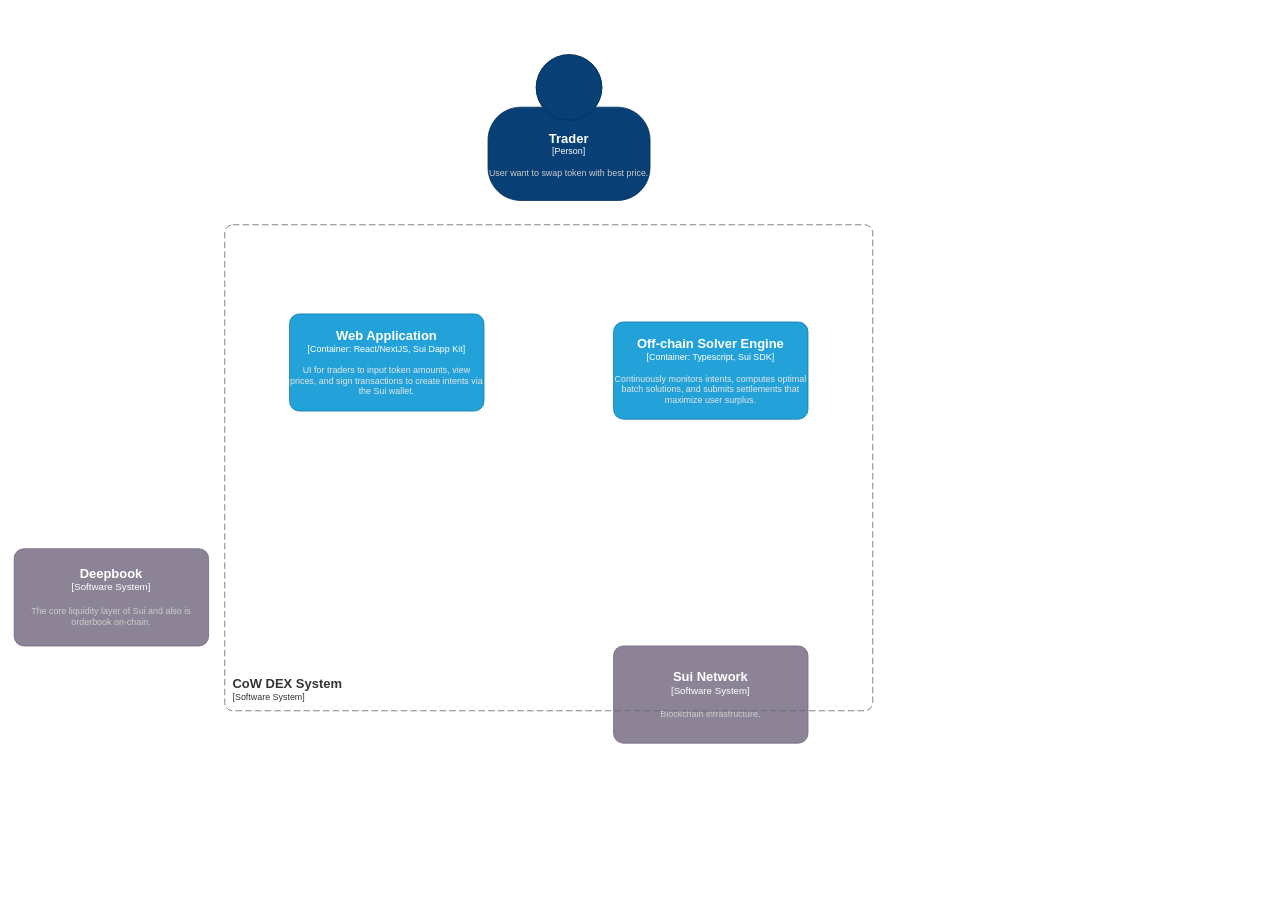
This is assets/cow-dex-high-level-architecture-v1.drawio from HoangDucBach/uet-thesis-2026, a draw.io file, before an edit. Source tidied: cells renumbered, new cells numbered last; positions are measured from the earlier drawing's top-left corner, leaving out a move shared by most shapes. Both pictures are drawn from the tidied source at 81%, with x=0, y=0 at pixel (14, 54).
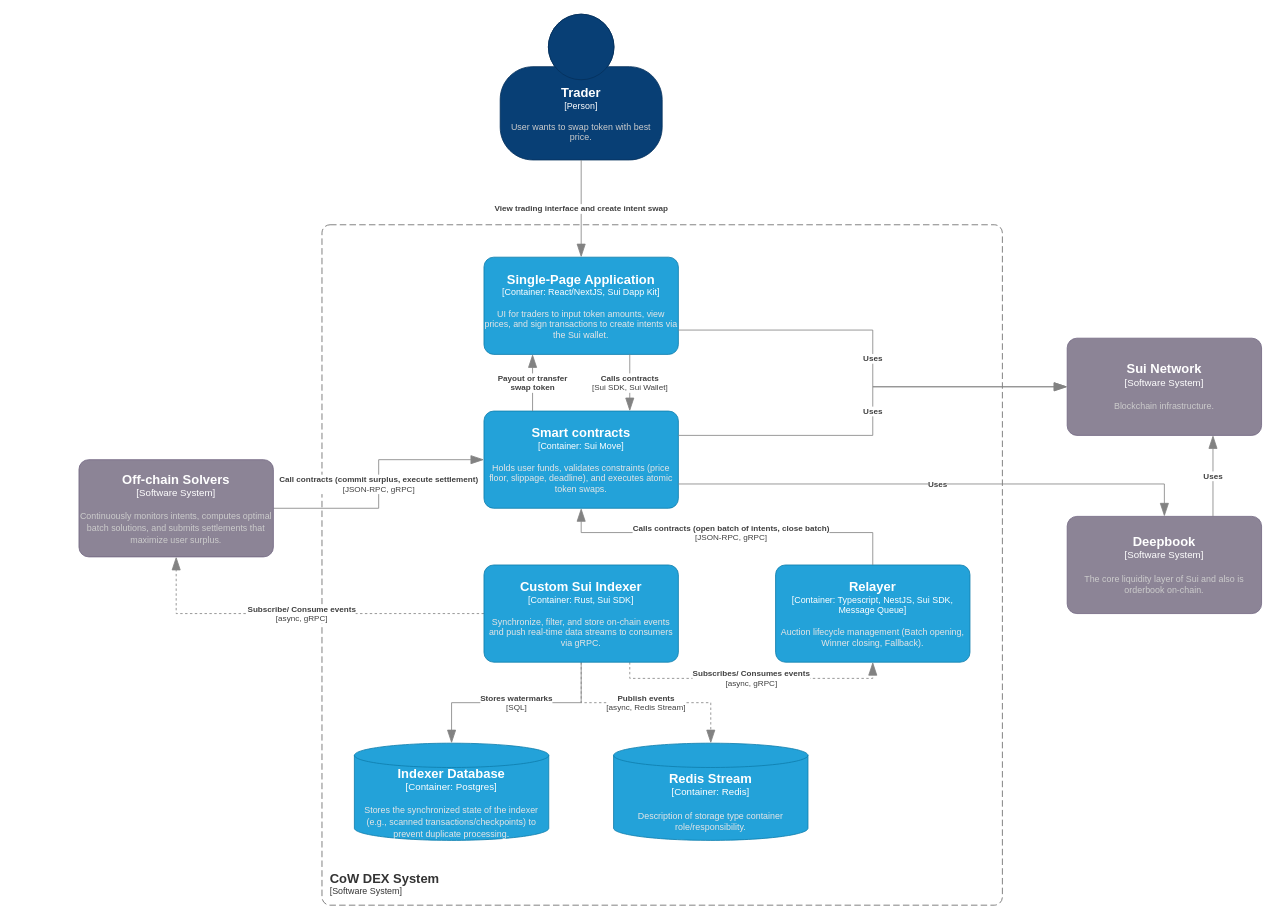
After the change.

What changed in the source:
```diff
@@
-    <object id="2" label="&lt;font style=&quot;font-size: 16px&quot;&gt;&lt;b&gt;%c4Name%&lt;/b&gt;&lt;/font&gt;&lt;div&gt;[%c4Type%]&lt;/div&gt;&lt;br&gt;&lt;div&gt;&lt;font style=&quot;font-size: 11px&quot;&gt;&lt;font color=&quot;#cccccc&quot;&gt;%c4Description%&lt;/font&gt;&lt;/div&gt;" c4Description="User want to swap token with best price." c4Name="Trader" c4Type="Person" placeholders="1">
+    <object id="2" label="&lt;font style=&quot;font-size: 16px&quot;&gt;&lt;b&gt;%c4Name%&lt;/b&gt;&lt;/font&gt;&lt;div&gt;[%c4Type%]&lt;/div&gt;&lt;br&gt;&lt;div&gt;&lt;font style=&quot;font-size: 11px&quot;&gt;&lt;font color=&quot;#cccccc&quot;&gt;%c4Description%&lt;/font&gt;&lt;/div&gt;" c4Description="User wants to swap token with best price." c4Name="Trader" c4Type="Person" placeholders="1">
       <mxCell style="html=1;fontSize=11;dashed=0;whiteSpace=wrap;fillColor=#083F75;strokeColor=#06315C;fontColor=#ffffff;shape=mxgraph.c4.person2;align=center;points=[[0.5,0,0],[1,0.5,0],[1,0.75,0],[0.75,1,0],[0.5,1,0],[0.25,1,0],[0,0.75,0],[0,0.5,0]];" parent="1" vertex="1">
-        <mxGeometry x="585" width="200" height="180" as="geometry" />
+        <mxGeometry x="600" y="-50" width="200" height="180" as="geometry" />
       </mxCell>
     </object>
     <object id="3" label="&lt;font style=&quot;font-size: 16px&quot;&gt;&lt;b&gt;%c4Name%&lt;/b&gt;&lt;/font&gt;&lt;div&gt;[%c4Type%]&lt;/div&gt;&lt;br&gt;&lt;div&gt;&lt;font style=&quot;font-size: 11px&quot;&gt;&lt;font color=&quot;#cccccc&quot;&gt;%c4Description%&lt;/font&gt;&lt;/div&gt;" c4Description="The core liquidity layer of Sui and also is orderbook on-chain." c4Name="Deepbook" c4Type="Software System" placeholders="1">
       <mxCell style="rounded=1;whiteSpace=wrap;html=1;labelBackgroundColor=none;fillColor=#8C8496;fontColor=#ffffff;align=center;arcSize=10;strokeColor=#736782;points=[[0.25,0,0],[0.5,0,0],[0.75,0,0],[1,0.25,0],[1,0.5,0],[1,0.75,0],[0.75,1,0],[0.5,1,0],[0.25,1,0],[0,0.75,0],[0,0.5,0],[0,0.25,0]];" parent="1" vertex="1">
-        <mxGeometry y="610" width="240" height="120" as="geometry" />
+        <mxGeometry x="1300" y="570" width="240" height="120" as="geometry" />
       </mxCell>
     </object>
     <object id="4" label="&lt;font style=&quot;font-size: 16px&quot;&gt;&lt;b&gt;%c4Name%&lt;/b&gt;&lt;/font&gt;&lt;div&gt;[%c4Type%]&lt;/div&gt;&lt;br&gt;&lt;div&gt;&lt;font style=&quot;font-size: 11px&quot;&gt;&lt;font color=&quot;#cccccc&quot;&gt;%c4Description%&lt;/font&gt;&lt;/div&gt;" c4Description="Blockchain infrastructure." c4Name="Sui Network" c4Type="Software System" placeholders="1">
       <mxCell style="rounded=1;whiteSpace=wrap;html=1;labelBackgroundColor=none;fillColor=#8C8496;fontColor=#ffffff;align=center;arcSize=10;strokeColor=#736782;points=[[0.25,0,0],[0.5,0,0],[0.75,0,0],[1,0.25,0],[1,0.5,0],[1,0.75,0],[0.75,1,0],[0.5,1,0],[0.25,1,0],[0,0.75,0],[0,0.5,0],[0,0.25,0]];" parent="1" vertex="1">
-        <mxGeometry x="740" y="730" width="240" height="120" as="geometry" />
+        <mxGeometry x="1300" y="350" width="240" height="120" as="geometry" />
       </mxCell>
     </object>
     <object id="5" label="&lt;font style=&quot;font-size: 16px&quot;&gt;&lt;b&gt;&lt;div style=&quot;text-align: left&quot;&gt;%c4Name%&lt;/div&gt;&lt;/b&gt;&lt;/font&gt;&lt;div style=&quot;text-align: left&quot;&gt;[%c4Application%]&lt;/div&gt;" c4Application="Software System" c4Name="CoW DEX System" placeholders="1">
       <mxCell style="rounded=1;fontSize=11;whiteSpace=wrap;html=1;dashed=1;arcSize=20;fillColor=none;strokeColor=#666666;fontColor=#333333;labelBackgroundColor=none;align=left;verticalAlign=bottom;labelBorderColor=none;spacingTop=0;spacing=10;dashPattern=8 4;perimeter=rectanglePerimeter;noLabel=0;labelPadding=0;absoluteArcSize=1;" parent="1" vertex="1">
-        <mxGeometry x="260" y="210" width="800" height="600" as="geometry" />
+        <mxGeometry x="380" y="210" width="840" height="840" as="geometry" />
       </mxCell>
     </object>
-    <object id="6" label="&lt;font style=&quot;font-size: 16px&quot;&gt;&lt;b&gt;%c4Name%&lt;/b&gt;&lt;/font&gt;&lt;div&gt;[%c4Type%: %c4Technology%]&lt;/div&gt;&lt;br&gt;&lt;div&gt;&lt;font style=&quot;font-size: 11px&quot;&gt;&lt;font color=&quot;#E6E6E6&quot;&gt;%c4Description%&lt;/font&gt;&lt;/div&gt;" c4Description="UI for traders to input token amounts, view prices, and sign transactions to create intents via the Sui wallet." c4Name="Web Application" c4Technology="React/NextJS, Sui Dapp Kit" c4Type="Container" placeholders="1">
+    <object id="6" label="&lt;font style=&quot;font-size: 16px&quot;&gt;&lt;b&gt;%c4Name%&lt;/b&gt;&lt;/font&gt;&lt;div&gt;[%c4Type%: %c4Technology%]&lt;/div&gt;&lt;br&gt;&lt;div&gt;&lt;font style=&quot;font-size: 11px&quot;&gt;&lt;font color=&quot;#E6E6E6&quot;&gt;%c4Description%&lt;/font&gt;&lt;/div&gt;" c4Description="UI for traders to input token amounts, view prices, and sign transactions to create intents via the Sui wallet." c4Name="Single-Page Application" c4Technology="React/NextJS, Sui Dapp Kit" c4Type="Container" placeholders="1">
       <mxCell style="rounded=1;whiteSpace=wrap;html=1;fontSize=11;labelBackgroundColor=none;fillColor=#23A2D9;fontColor=#ffffff;align=center;arcSize=10;strokeColor=#0E7DAD;points=[[0.25,0,0],[0.5,0,0],[0.75,0,0],[1,0.25,0],[1,0.5,0],[1,0.75,0],[0.75,1,0],[0.5,1,0],[0.25,1,0],[0,0.75,0],[0,0.5,0],[0,0.25,0]];" parent="1" vertex="1">
-        <mxGeometry x="340" y="320" width="240" height="120" as="geometry" />
+        <mxGeometry x="580" y="250" width="240" height="120" as="geometry" />
       </mxCell>
     </object>
-    <object id="7" label="&lt;font style=&quot;font-size: 16px&quot;&gt;&lt;b&gt;%c4Name%&lt;/b&gt;&lt;/font&gt;&lt;div&gt;[%c4Type%: %c4Technology%]&lt;/div&gt;&lt;br&gt;&lt;div&gt;&lt;font style=&quot;font-size: 11px&quot;&gt;&lt;font color=&quot;#E6E6E6&quot;&gt;%c4Description%&lt;/font&gt;&lt;/div&gt;" c4Description="Continuously monitors intents, computes optimal batch solutions, and submits settlements that maximize user surplus." c4Name="Off-chain Solver Engine" c4Technology="Typescript, Sui SDK" c4Type="Container" placeholders="1">
-      <mxCell style="rounded=1;whiteSpace=wrap;html=1;fontSize=11;labelBackgroundColor=none;fillColor=#23A2D9;fontColor=#ffffff;align=center;arcSize=10;strokeColor=#0E7DAD;" parent="1" vertex="1">
-        <mxGeometry x="740" y="330" width="240" height="120" as="geometry" />
-      </mxCell>
-    </object>
+    <object id="8" label="&lt;font style=&quot;font-size: 16px&quot;&gt;&lt;b&gt;%c4Name%&lt;/b&gt;&lt;/font&gt;&lt;div&gt;[%c4Type%: %c4Technology%]&lt;/div&gt;&lt;br&gt;&lt;div&gt;&lt;font style=&quot;font-size: 11px&quot;&gt;&lt;font color=&quot;#E6E6E6&quot;&gt;%c4Description%&lt;/font&gt;&lt;/div&gt;" c4Description="Holds user funds, validates constraints (price floor, slippage, deadline), and executes atomic token swaps." c4Name="Smart contracts" c4Technology="Sui Move" c4Type="Container" placeholders="1">
+      <mxCell style="rounded=1;whiteSpace=wrap;html=1;fontSize=11;labelBackgroundColor=none;fillColor=#23A2D9;fontColor=#ffffff;align=center;arcSize=10;strokeColor=#0E7DAD;points=[[0.25,0,0],[0.5,0,0],[0.75,0,0],[1,0.25,0],[1,0.5,0],[1,0.75,0],[0.75,1,0],[0.5,1,0],[0.25,1,0],[0,0.75,0],[0,0.5,0],[0,0.25,0]];" parent="1" vertex="1">
+        <mxGeometry x="580" y="440" width="240" height="120" as="geometry" />
+      </mxCell>
+    </object>
+    <object id="9" label="&lt;font style=&quot;font-size: 16px&quot;&gt;&lt;b&gt;%c4Name%&lt;/b&gt;&lt;/font&gt;&lt;div&gt;[%c4Type%: %c4Technology%]&lt;/div&gt;&lt;br&gt;&lt;div&gt;&lt;font style=&quot;font-size: 11px&quot;&gt;&lt;font color=&quot;#E6E6E6&quot;&gt;%c4Description%&lt;/font&gt;&lt;/div&gt;" c4Description="Auction lifecycle management (Batch opening, Winner closing, Fallback)." c4Name="Relayer" c4Technology="Typescript, NestJS, Sui SDK, Message Queue" c4Type="Container" placeholders="1">
+      <mxCell style="rounded=1;whiteSpace=wrap;html=1;fontSize=11;labelBackgroundColor=none;fillColor=#23A2D9;fontColor=#ffffff;align=center;arcSize=10;strokeColor=#0E7DAD;points=[[0.25,0,0],[0.5,0,0],[0.75,0,0],[1,0.25,0],[1,0.5,0],[1,0.75,0],[0.75,1,0],[0.5,1,0],[0.25,1,0],[0,0.75,0],[0,0.5,0],[0,0.25,0]];" parent="1" vertex="1">
+        <mxGeometry x="940" y="630" width="240" height="120" as="geometry" />
+      </mxCell>
+    </object>
+    <object id="10" label="&lt;font style=&quot;font-size: 16px&quot;&gt;&lt;b&gt;%c4Name%&lt;/b&gt;&lt;/font&gt;&lt;div&gt;[%c4Type%:&amp;nbsp;%c4Technology%]&lt;/div&gt;&lt;br&gt;&lt;div&gt;&lt;font style=&quot;font-size: 11px&quot;&gt;&lt;font color=&quot;#E6E6E6&quot;&gt;%c4Description%&lt;/font&gt;&lt;/div&gt;" c4Description="Stores the synchronized state of the indexer (e.g., scanned transactions/checkpoints) to prevent duplicate processing." c4Name="Indexer Database" c4Technology="Postgres" c4Type="Container" placeholders="1">
+      <mxCell style="shape=cylinder3;size=15;whiteSpace=wrap;html=1;boundedLbl=1;rounded=0;labelBackgroundColor=none;fillColor=#23A2D9;fontSize=12;fontColor=#ffffff;align=center;strokeColor=#0E7DAD;points=[[0.5,0,0],[1,0.25,0],[1,0.5,0],[1,0.75,0],[0.5,1,0],[0,0.75,0],[0,0.5,0],[0,0.25,0]];" parent="1" vertex="1">
+        <mxGeometry x="420" y="850" width="240" height="120" as="geometry" />
+      </mxCell>
+    </object>
+    <object id="11" label="&lt;font style=&quot;font-size: 16px&quot;&gt;&lt;b&gt;%c4Name%&lt;/b&gt;&lt;/font&gt;&lt;div&gt;[%c4Type%:&amp;nbsp;%c4Technology%]&lt;/div&gt;&lt;br&gt;&lt;div&gt;&lt;font style=&quot;font-size: 11px&quot;&gt;&lt;font color=&quot;#E6E6E6&quot;&gt;%c4Description%&lt;/font&gt;&lt;/div&gt;" c4Description="Description of storage type container role/responsibility." c4Name="Redis Stream" c4Technology="Redis" c4Type="Container" placeholders="1">
+      <mxCell style="shape=cylinder3;size=15;whiteSpace=wrap;html=1;boundedLbl=1;rounded=0;labelBackgroundColor=none;fillColor=#23A2D9;fontSize=12;fontColor=#ffffff;align=center;strokeColor=#0E7DAD;points=[[0.5,0,0],[1,0.25,0],[1,0.5,0],[1,0.75,0],[0.5,1,0],[0,0.75,0],[0,0.5,0],[0,0.25,0]];" parent="1" vertex="1">
+        <mxGeometry x="740" y="850" width="240" height="120" as="geometry" />
+      </mxCell>
+    </object>
+    <object id="12" label="&lt;div style=&quot;text-align: left&quot;&gt;&lt;div style=&quot;text-align: center&quot;&gt;&lt;b&gt;%c4Description%&lt;/b&gt;&lt;/div&gt;" c4Description="View trading interface and create intent swap" placeholders="1">
+      <mxCell style="endArrow=blockThin;html=1;fontSize=10;fontColor=#404040;strokeWidth=1;endFill=1;strokeColor=#828282;elbow=vertical;endSize=14;startSize=14;jumpStyle=arc;jumpSize=16;rounded=0;edgeStyle=orthogonalEdgeStyle;exitX=0.5;exitY=1;exitDx=0;exitDy=0;exitPerimeter=0;" parent="1" edge="1" source="2" target="6">
+        <mxGeometry relative="1" as="geometry" />
+      </mxCell>
+    </object>
+    <object id="13" label="&lt;div style=&quot;text-align: left&quot;&gt;&lt;div style=&quot;text-align: center&quot;&gt;&lt;b&gt;%c4Description%&lt;/b&gt;&lt;/div&gt;&lt;div style=&quot;text-align: center&quot;&gt;[%c4Technology%]&lt;/div&gt;&lt;/div&gt;" c4Description="Calls contracts (open batch of intents, close batch)" c4Technology="JSON-RPC, gRPC" placeholders="1">
+      <mxCell style="endArrow=blockThin;html=1;fontSize=10;fontColor=#404040;strokeWidth=1;endFill=1;strokeColor=#828282;elbow=vertical;endSize=14;startSize=14;jumpStyle=arc;jumpSize=16;rounded=0;edgeStyle=orthogonalEdgeStyle;exitX=0.5;exitY=0;exitDx=0;exitDy=0;exitPerimeter=0;entryX=0.5;entryY=1;entryDx=0;entryDy=0;entryPerimeter=0;" parent="1" edge="1" source="9" target="8">
+        <mxGeometry relative="1" as="geometry">
+          <Array as="points">
+            <mxPoint x="1060" y="590" />
+            <mxPoint x="700" y="590" />
+          </Array>
+        </mxGeometry>
+      </mxCell>
+    </object>
+    <object id="14" label="&lt;div style=&quot;text-align: left&quot;&gt;&lt;div style=&quot;text-align: center&quot;&gt;&lt;b&gt;%c4Description%&lt;/b&gt;&lt;/div&gt;&lt;div style=&quot;text-align: center&quot;&gt;[%c4Technology%]&lt;/div&gt;&lt;/div&gt;" c4Description="Call contracts (commit surplus, execute settlement)" c4Technology="JSON-RPC, gRPC" placeholders="1">
+      <mxCell style="endArrow=blockThin;html=1;fontSize=10;fontColor=#404040;strokeWidth=1;endFill=1;strokeColor=#828282;elbow=vertical;endSize=14;startSize=14;jumpStyle=arc;jumpSize=16;rounded=0;edgeStyle=orthogonalEdgeStyle;entryX=0;entryY=0.5;entryDx=0;entryDy=0;entryPerimeter=0;exitX=1;exitY=0.5;exitDx=0;exitDy=0;exitPerimeter=0;" parent="1" edge="1" source="21" target="8">
+        <mxGeometry relative="1" as="geometry" />
+      </mxCell>
+    </object>
+    <object id="15" label="&lt;div style=&quot;text-align: left&quot;&gt;&lt;div style=&quot;text-align: center&quot;&gt;&lt;b&gt;%c4Description%&lt;/b&gt;&lt;/div&gt;&lt;div style=&quot;text-align: center&quot;&gt;[%c4Technology%]&lt;/div&gt;&lt;/div&gt;" c4Description="Stores watermarks" c4Technology="SQL" placeholders="1">
+      <mxCell style="endArrow=blockThin;html=1;fontSize=10;fontColor=#404040;strokeWidth=1;endFill=1;strokeColor=#828282;elbow=vertical;endSize=14;startSize=14;jumpStyle=arc;jumpSize=16;rounded=0;edgeStyle=orthogonalEdgeStyle;exitX=0.5;exitY=1;exitDx=0;exitDy=0;exitPerimeter=0;" parent="1" edge="1" source="20" target="10">
+        <mxGeometry relative="1" as="geometry" />
+      </mxCell>
+    </object>
+    <object id="16" label="&lt;div style=&quot;text-align: left&quot;&gt;&lt;div style=&quot;text-align: center&quot;&gt;&lt;b&gt;%c4Description%&lt;/b&gt;&lt;/div&gt;&lt;div style=&quot;text-align: center&quot;&gt;[%c4Technology%]&lt;/div&gt;&lt;/div&gt;" c4Description="Publish events" c4Technology="async, Redis Stream" placeholders="1">
+      <mxCell style="endArrow=blockThin;html=1;fontSize=10;fontColor=#404040;strokeWidth=1;endFill=1;strokeColor=#828282;elbow=vertical;endSize=14;startSize=14;jumpStyle=arc;jumpSize=16;rounded=0;edgeStyle=orthogonalEdgeStyle;dashed=1;exitX=0.5;exitY=1;exitDx=0;exitDy=0;exitPerimeter=0;entryX=0.5;entryY=0;entryDx=0;entryDy=0;entryPerimeter=0;" parent="1" edge="1" source="20" target="11">
+        <mxGeometry relative="1" as="geometry" />
+      </mxCell>
+    </object>
+    <object id="17" label="&lt;div style=&quot;text-align: left&quot;&gt;&lt;div style=&quot;text-align: center&quot;&gt;&lt;b&gt;%c4Description%&lt;/b&gt;&lt;/div&gt;&lt;div style=&quot;text-align: center&quot;&gt;[%c4Technology%]&lt;/div&gt;&lt;/div&gt;" c4Description="Calls contracts" c4Technology="Sui SDK, Sui Wallet" placeholders="1">
+      <mxCell style="endArrow=blockThin;html=1;fontSize=10;fontColor=#404040;strokeWidth=1;endFill=1;strokeColor=#828282;elbow=vertical;endSize=14;startSize=14;jumpStyle=arc;jumpSize=16;rounded=0;edgeStyle=orthogonalEdgeStyle;exitX=0.75;exitY=1;exitDx=0;exitDy=0;exitPerimeter=0;entryX=0.75;entryY=0;entryDx=0;entryDy=0;entryPerimeter=0;" parent="1" edge="1" source="6" target="8">
+        <mxGeometry relative="1" as="geometry" />
+      </mxCell>
+    </object>
+    <object id="18" label="&lt;div style=&quot;text-align: left&quot;&gt;&lt;div style=&quot;text-align: center&quot;&gt;&lt;b&gt;%c4Description%&lt;/b&gt;&lt;/div&gt;&lt;div style=&quot;text-align: center&quot;&gt;[%c4Technology%]&lt;/div&gt;&lt;/div&gt;" c4Description="Subscribes/ Consumes events" c4Technology="async, gRPC" placeholders="1">
+      <mxCell style="endArrow=blockThin;html=1;fontSize=10;fontColor=#404040;strokeWidth=1;endFill=1;strokeColor=#828282;elbow=vertical;endSize=14;startSize=14;jumpStyle=arc;jumpSize=16;rounded=0;edgeStyle=orthogonalEdgeStyle;dashed=1;exitX=0.75;exitY=1;exitDx=0;exitDy=0;exitPerimeter=0;entryX=0.5;entryY=1;entryDx=0;entryDy=0;entryPerimeter=0;" parent="1" edge="1" source="20" target="9">
+        <mxGeometry relative="1" as="geometry">
+          <Array as="points">
+            <mxPoint x="760" y="770" />
+            <mxPoint x="1060" y="770" />
+          </Array>
+        </mxGeometry>
+      </mxCell>
+    </object>
+    <object id="19" label="&lt;div style=&quot;text-align: left&quot;&gt;&lt;div style=&quot;text-align: center&quot;&gt;&lt;b&gt;%c4Description%&lt;/b&gt;&lt;/div&gt;&lt;div style=&quot;text-align: center&quot;&gt;[%c4Technology%]&lt;/div&gt;&lt;/div&gt;" c4Description="Subscribe/ Consume events" c4Technology="async, gRPC" placeholders="1">
+      <mxCell style="endArrow=blockThin;html=1;fontSize=10;fontColor=#404040;strokeWidth=1;endFill=1;strokeColor=#828282;elbow=vertical;endSize=14;startSize=14;jumpStyle=arc;jumpSize=16;rounded=0;edgeStyle=orthogonalEdgeStyle;entryX=0.5;entryY=1;entryDx=0;entryDy=0;entryPerimeter=0;dashed=1;" parent="1" edge="1" source="20" target="21">
+        <mxGeometry relative="1" as="geometry" />
+      </mxCell>
+    </object>
+    <object id="20" label="&lt;font style=&quot;font-size: 16px&quot;&gt;&lt;b&gt;%c4Name%&lt;/b&gt;&lt;/font&gt;&lt;div&gt;[%c4Type%: %c4Technology%]&lt;/div&gt;&lt;br&gt;&lt;div&gt;&lt;font style=&quot;font-size: 11px&quot;&gt;&lt;font color=&quot;#E6E6E6&quot;&gt;%c4Description%&lt;/font&gt;&lt;/div&gt;" c4Description="Synchronize, filter, and store on-chain events and push real-time data streams to consumers via gRPC." c4Name="Custom Sui Indexer" c4Technology="Rust, Sui SDK" c4Type="Container" placeholders="1">
+      <mxCell style="rounded=1;whiteSpace=wrap;html=1;fontSize=11;labelBackgroundColor=none;fillColor=#23A2D9;fontColor=#ffffff;align=center;arcSize=10;strokeColor=#0E7DAD;points=[[0.25,0,0],[0.5,0,0],[0.75,0,0],[1,0.25,0],[1,0.5,0],[1,0.75,0],[0.75,1,0],[0.5,1,0],[0.25,1,0],[0,0.75,0],[0,0.5,0],[0,0.25,0]];" parent="1" vertex="1">
+        <mxGeometry x="580" y="630" width="240" height="120" as="geometry" />
+      </mxCell>
+    </object>
+    <object id="21" label="&lt;font style=&quot;font-size: 16px&quot;&gt;&lt;b&gt;%c4Name%&lt;/b&gt;&lt;/font&gt;&lt;div&gt;[%c4Type%]&lt;/div&gt;&lt;br&gt;&lt;div&gt;&lt;font style=&quot;font-size: 11px&quot;&gt;&lt;font color=&quot;#cccccc&quot;&gt;%c4Description%&lt;/font&gt;&lt;/div&gt;" c4Description="Continuously monitors intents, computes optimal batch solutions, and submits settlements that maximize user surplus." c4Name="Off-chain Solvers" c4Type="Software System" placeholders="1">
+      <mxCell style="rounded=1;whiteSpace=wrap;html=1;labelBackgroundColor=none;fillColor=#8C8496;fontColor=#ffffff;align=center;arcSize=10;strokeColor=#736782;points=[[0.25,0,0],[0.5,0,0],[0.75,0,0],[1,0.25,0],[1,0.5,0],[1,0.75,0],[0.75,1,0],[0.5,1,0],[0.25,1,0],[0,0.75,0],[0,0.5,0],[0,0.25,0]];" parent="1" vertex="1">
+        <mxGeometry x="80" y="500" width="240" height="120" as="geometry" />
+      </mxCell>
+    </object>
+    <object id="22" label="&lt;div style=&quot;text-align: left&quot;&gt;&lt;div style=&quot;text-align: center&quot;&gt;&lt;b&gt;%c4Description%&lt;/b&gt;&lt;/div&gt;" c4Description="Uses" placeholders="1">
+      <mxCell style="endArrow=blockThin;html=1;fontSize=10;fontColor=#404040;strokeWidth=1;endFill=1;strokeColor=#828282;elbow=vertical;endSize=14;startSize=14;jumpStyle=arc;jumpSize=16;rounded=0;edgeStyle=orthogonalEdgeStyle;entryX=0;entryY=0.5;entryDx=0;entryDy=0;entryPerimeter=0;exitX=1;exitY=0.25;exitDx=0;exitDy=0;exitPerimeter=0;" parent="1" edge="1" source="8" target="4">
+        <mxGeometry relative="1" as="geometry" />
+      </mxCell>
+    </object>
+    <object id="23" label="&lt;div style=&quot;text-align: left&quot;&gt;&lt;div style=&quot;text-align: center&quot;&gt;&lt;b&gt;%c4Description%&lt;/b&gt;&lt;/div&gt;" c4Description="Uses" placeholders="1">
+      <mxCell style="endArrow=blockThin;html=1;fontSize=10;fontColor=#404040;strokeWidth=1;endFill=1;strokeColor=#828282;elbow=vertical;endSize=14;startSize=14;jumpStyle=arc;jumpSize=16;rounded=0;edgeStyle=orthogonalEdgeStyle;exitX=1;exitY=0.75;exitDx=0;exitDy=0;exitPerimeter=0;entryX=0;entryY=0.5;entryDx=0;entryDy=0;entryPerimeter=0;" parent="1" edge="1" source="6" target="4">
+        <mxGeometry relative="1" as="geometry" />
+      </mxCell>
+    </object>
+    <object id="24" label="&lt;div style=&quot;text-align: left&quot;&gt;&lt;div style=&quot;text-align: center&quot;&gt;&lt;b&gt;%c4Description%&lt;/b&gt;&lt;/div&gt;" c4Description="Uses" placeholders="1">
+      <mxCell style="endArrow=blockThin;html=1;fontSize=10;fontColor=#404040;strokeWidth=1;endFill=1;strokeColor=#828282;elbow=vertical;endSize=14;startSize=14;jumpStyle=arc;jumpSize=16;rounded=0;edgeStyle=orthogonalEdgeStyle;exitX=1;exitY=0.75;exitDx=0;exitDy=0;exitPerimeter=0;entryX=0.5;entryY=0;entryDx=0;entryDy=0;entryPerimeter=0;" parent="1" edge="1" source="8" target="3">
+        <mxGeometry relative="1" as="geometry">
+          <Array as="points">
+            <mxPoint x="1420" y="530" />
+          </Array>
+        </mxGeometry>
+      </mxCell>
+    </object>
+    <object id="25" label="&lt;div style=&quot;text-align: left&quot;&gt;&lt;div style=&quot;text-align: center&quot;&gt;&lt;b&gt;%c4Description%&lt;/b&gt;&lt;/div&gt;" c4Description="Uses" placeholders="1">
+      <mxCell style="endArrow=blockThin;html=1;fontSize=10;fontColor=#404040;strokeWidth=1;endFill=1;strokeColor=#828282;elbow=vertical;endSize=14;startSize=14;jumpStyle=arc;jumpSize=16;rounded=0;edgeStyle=orthogonalEdgeStyle;exitX=0.75;exitY=0;exitDx=0;exitDy=0;exitPerimeter=0;entryX=0.75;entryY=1;entryDx=0;entryDy=0;entryPerimeter=0;" parent="1" edge="1" source="3" target="4">
+        <mxGeometry relative="1" as="geometry">
+          <Array as="points">
+            <mxPoint x="1480" y="530" />
+            <mxPoint x="1480" y="530" />
+          </Array>
+        </mxGeometry>
+      </mxCell>
+    </object>
+    <object id="26" label="&lt;div style=&quot;text-align: left&quot;&gt;&lt;div style=&quot;text-align: center&quot;&gt;&lt;b&gt;%c4Description%&lt;/b&gt;&lt;/div&gt;" c4Description="Payout or transfer &#10;swap token" placeholders="1">
+      <mxCell style="endArrow=blockThin;html=1;fontSize=10;fontColor=#404040;strokeWidth=1;endFill=1;strokeColor=#828282;elbow=vertical;endSize=14;startSize=14;jumpStyle=arc;jumpSize=16;rounded=0;edgeStyle=orthogonalEdgeStyle;entryX=0.25;entryY=1;entryDx=0;entryDy=0;entryPerimeter=0;exitX=0.25;exitY=0;exitDx=0;exitDy=0;exitPerimeter=0;" parent="1" edge="1" source="8" target="6">
+        <mxGeometry relative="1" as="geometry" />
+      </mxCell>
+    </object>
```
